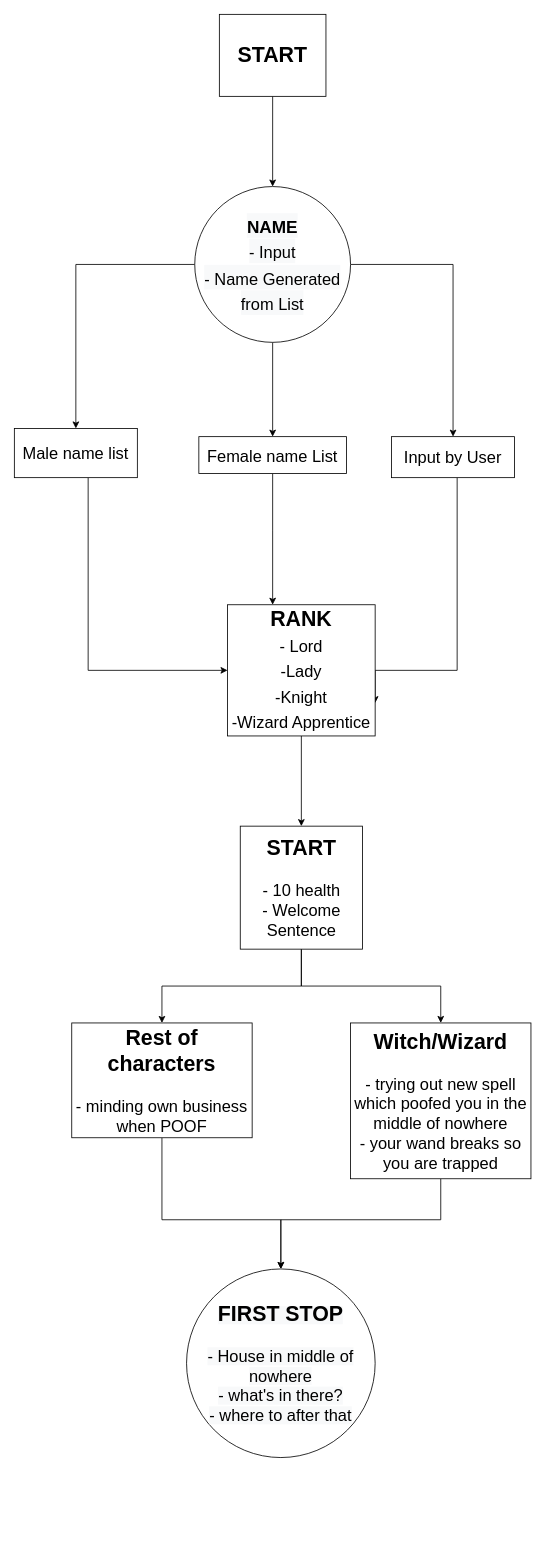
Before: python-projects/adventure-game/v2/adventure_game.drawio in shadowecco/tech-projects, a draw.io diagram. Source tidied: cells renumbered, new cells numbered last; positions are measured from the earlier drawing's top-left corner, leaving out a move shared by most shapes. Both pictures are drawn from the tidied source at 82%, with x=0, y=0 at pixel (14, 14).
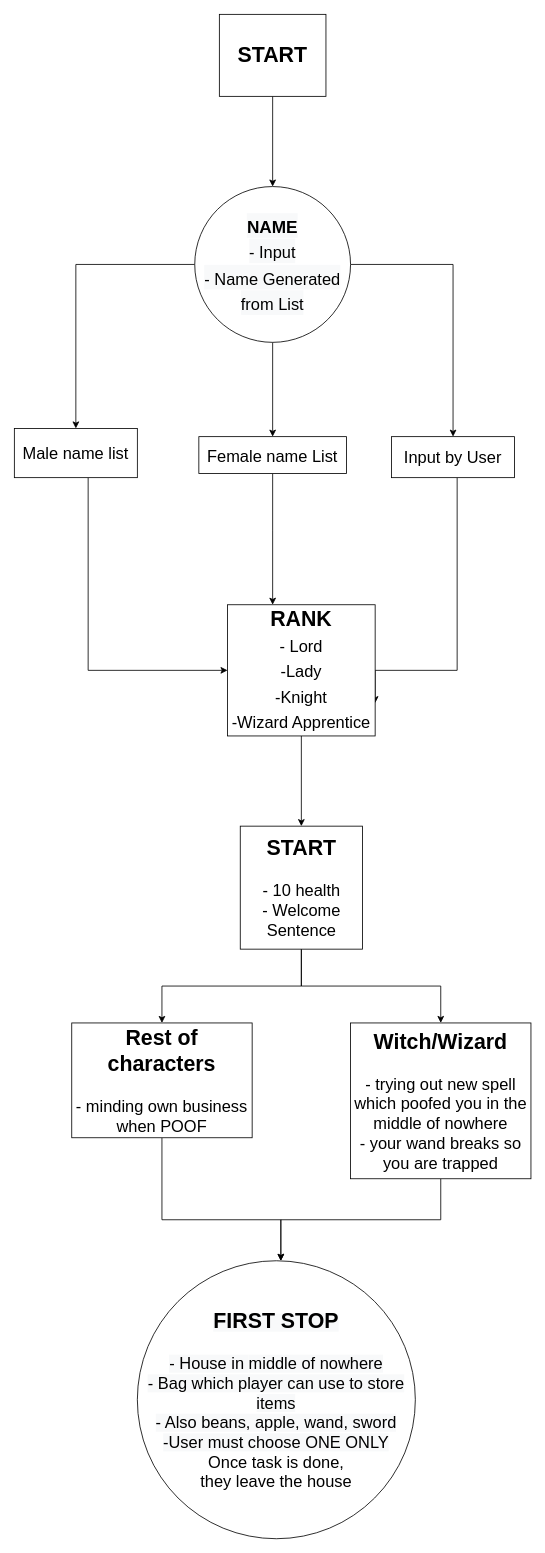
Above is the later version.

Change to the diagram source:
```diff
@@
-    <mxCell id="22" value="&lt;span style=&quot;color: rgb(0 , 0 , 0) ; font-family: &amp;#34;helvetica&amp;#34; ; font-style: normal ; letter-spacing: normal ; text-align: center ; text-indent: 0px ; text-transform: none ; word-spacing: 0px ; background-color: rgb(248 , 249 , 250) ; display: inline ; float: none&quot;&gt;&lt;font style=&quot;font-size: 26px&quot;&gt;&lt;b&gt;FIRST STOP&lt;/b&gt;&lt;/font&gt;&lt;br&gt;&lt;br&gt;- House in&amp;nbsp;&lt;/span&gt;&lt;span style=&quot;color: rgb(0 , 0 , 0) ; font-family: &amp;#34;helvetica&amp;#34; ; font-size: 20px ; font-style: normal ; font-weight: 400 ; letter-spacing: normal ; text-align: center ; text-indent: 0px ; text-transform: none ; word-spacing: 0px ; background-color: rgb(248 , 249 , 250) ; display: inline ; float: none&quot;&gt;middle of nowhere&lt;/span&gt;&lt;br style=&quot;color: rgb(0 , 0 , 0) ; font-family: &amp;#34;helvetica&amp;#34; ; font-size: 20px ; font-style: normal ; font-weight: 400 ; letter-spacing: normal ; text-align: center ; text-indent: 0px ; text-transform: none ; word-spacing: 0px ; background-color: rgb(248 , 249 , 250)&quot;&gt;&lt;span style=&quot;color: rgb(0 , 0 , 0) ; font-family: &amp;#34;helvetica&amp;#34; ; font-size: 20px ; font-style: normal ; font-weight: 400 ; letter-spacing: normal ; text-align: center ; text-indent: 0px ; text-transform: none ; word-spacing: 0px ; background-color: rgb(248 , 249 , 250) ; display: inline ; float: none&quot;&gt;- what's in there?&lt;/span&gt;&lt;br style=&quot;color: rgb(0 , 0 , 0) ; font-family: &amp;#34;helvetica&amp;#34; ; font-size: 20px ; font-style: normal ; font-weight: 400 ; letter-spacing: normal ; text-align: center ; text-indent: 0px ; text-transform: none ; word-spacing: 0px ; background-color: rgb(248 , 249 , 250)&quot;&gt;&lt;span style=&quot;color: rgb(0 , 0 , 0) ; font-family: &amp;#34;helvetica&amp;#34; ; font-size: 20px ; font-style: normal ; font-weight: 400 ; letter-spacing: normal ; text-align: center ; text-indent: 0px ; text-transform: none ; word-spacing: 0px ; background-color: rgb(248 , 249 , 250) ; display: inline ; float: none&quot;&gt;- where to after that&lt;/span&gt;" style="ellipse;whiteSpace=wrap;html=1;fontSize=20;" parent="1" vertex="1">
-      <mxGeometry x="210" y="1530" width="230" height="230" as="geometry" />
+    <mxCell id="22" value="&lt;span style=&quot;color: rgb(0 , 0 , 0) ; font-family: &amp;#34;helvetica&amp;#34; ; font-style: normal ; letter-spacing: normal ; text-align: center ; text-indent: 0px ; text-transform: none ; word-spacing: 0px ; background-color: rgb(248 , 249 , 250) ; display: inline ; float: none&quot;&gt;&lt;font style=&quot;font-size: 26px&quot;&gt;&lt;b&gt;FIRST STOP&lt;/b&gt;&lt;/font&gt;&lt;br&gt;&lt;br&gt;- House in&amp;nbsp;&lt;/span&gt;&lt;span style=&quot;color: rgb(0 , 0 , 0) ; font-family: &amp;#34;helvetica&amp;#34; ; font-size: 20px ; font-style: normal ; font-weight: 400 ; letter-spacing: normal ; text-align: center ; text-indent: 0px ; text-transform: none ; word-spacing: 0px ; background-color: rgb(248 , 249 , 250) ; display: inline ; float: none&quot;&gt;middle of nowhere&lt;/span&gt;&lt;br style=&quot;color: rgb(0 , 0 , 0) ; font-family: &amp;#34;helvetica&amp;#34; ; font-size: 20px ; font-style: normal ; font-weight: 400 ; letter-spacing: normal ; text-align: center ; text-indent: 0px ; text-transform: none ; word-spacing: 0px ; background-color: rgb(248 , 249 , 250)&quot;&gt;&lt;span style=&quot;color: rgb(0 , 0 , 0) ; font-family: &amp;#34;helvetica&amp;#34; ; font-size: 20px ; font-style: normal ; font-weight: 400 ; letter-spacing: normal ; text-align: center ; text-indent: 0px ; text-transform: none ; word-spacing: 0px ; background-color: rgb(248 , 249 , 250) ; display: inline ; float: none&quot;&gt;- Bag which player can use to store items&lt;br&gt;- Also beans, apple, wand, sword&lt;br&gt;-User must choose ONE ONLY&lt;br&gt;&lt;/span&gt;Once task is done, &lt;br&gt;they leave the house" style="ellipse;whiteSpace=wrap;html=1;fontSize=20;" parent="1" vertex="1">
+      <mxGeometry x="150" y="1520" width="339" height="339" as="geometry" />
     </mxCell>
```
